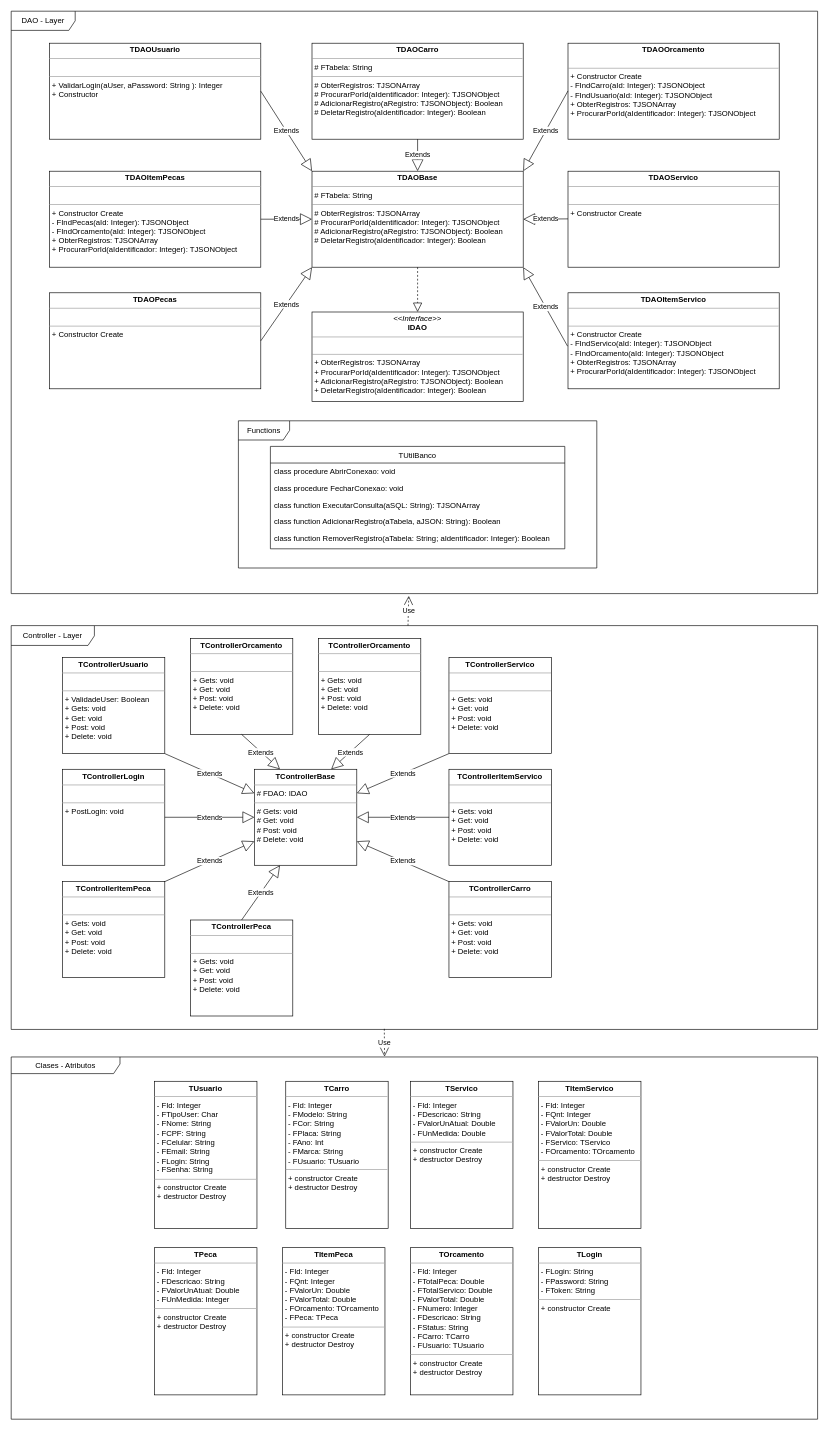
The draw.io diagram 3 - Arquitetura da Aplicação/Diagramas de Classes/BackEnd/Diagrama_Classe_BackEnd.drawio in JeanCarlosMoller/MecanicaLamborghini, before the edit. Source tidied: cells renumbered, new cells numbered last; positions are measured from the earlier drawing's top-left corner, leaving out a move shared by most shapes. Both pictures are drawn from the tidied source at 64%, with x=0, y=0 at pixel (11, 11).
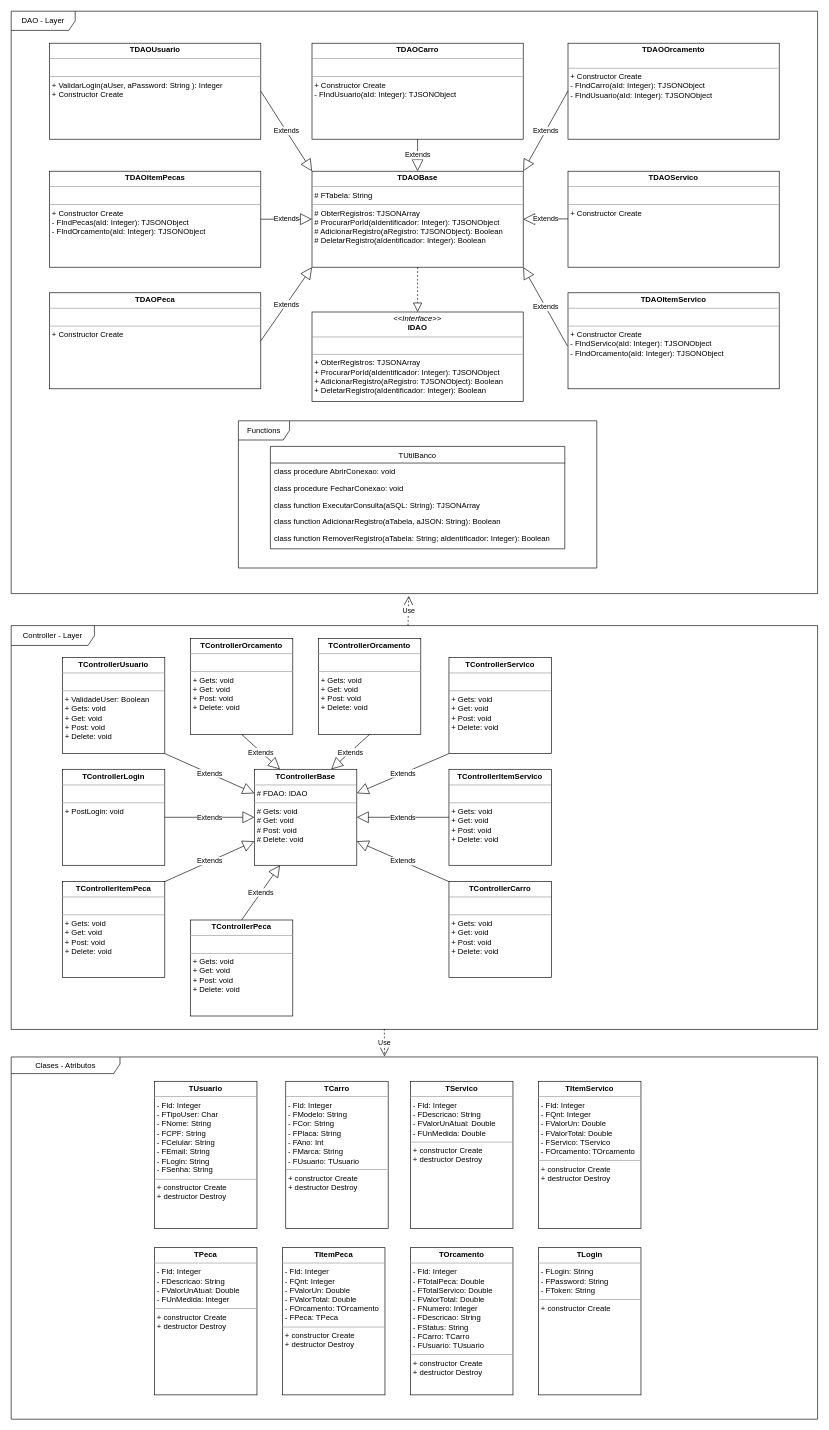
Above is the later version.

Commit message (it also covers changes not shown here):
Dando continuidade com diagramas e modelagem

What changed in the source:
```diff
@@
-    <mxCell id="3" value="&lt;p style=&quot;margin:0px;margin-top:4px;text-align:center;&quot;&gt;&lt;b&gt;TDAOUsuario&lt;/b&gt;&lt;/p&gt;&lt;hr size=&quot;1&quot;&gt;&lt;p style=&quot;margin:0px;margin-left:4px;&quot;&gt;&lt;br&gt;&lt;/p&gt;&lt;hr size=&quot;1&quot;&gt;&lt;p style=&quot;margin:0px;margin-left:4px;&quot;&gt;+ ValidarLogin(aUser, aPassword: String ): Integer&lt;/p&gt;&lt;p style=&quot;margin:0px;margin-left:4px;&quot;&gt;&lt;span style=&quot;background-color: initial;&quot;&gt;+ Constructor&lt;br&gt;&lt;/span&gt;&lt;/p&gt;" style="verticalAlign=top;align=left;overflow=fill;fontSize=12;fontFamily=Helvetica;html=1;" parent="1" vertex="1">
+    <mxCell id="3" value="&lt;p style=&quot;margin:0px;margin-top:4px;text-align:center;&quot;&gt;&lt;b&gt;TDAOUsuario&lt;/b&gt;&lt;/p&gt;&lt;hr size=&quot;1&quot;&gt;&lt;p style=&quot;margin:0px;margin-left:4px;&quot;&gt;&lt;br&gt;&lt;/p&gt;&lt;hr size=&quot;1&quot;&gt;&lt;p style=&quot;margin:0px;margin-left:4px;&quot;&gt;+ ValidarLogin(aUser, aPassword: String ): Integer&lt;/p&gt;&lt;p style=&quot;margin:0px;margin-left:4px;&quot;&gt;&lt;span style=&quot;background-color: initial;&quot;&gt;+ Constructor Create&lt;br&gt;&lt;/span&gt;&lt;/p&gt;" style="verticalAlign=top;align=left;overflow=fill;fontSize=12;fontFamily=Helvetica;html=1;" parent="1" vertex="1">
       <mxGeometry x="60" y="50" width="330" height="150" as="geometry" />
     </mxCell>
-    <mxCell id="4" value="&lt;p style=&quot;margin:0px;margin-top:4px;text-align:center;&quot;&gt;&lt;b&gt;TDAOCarro&lt;/b&gt;&lt;/p&gt;&lt;hr size=&quot;1&quot;&gt;&lt;p style=&quot;margin:0px;margin-left:4px;&quot;&gt;# FTabela: String&lt;/p&gt;&lt;hr size=&quot;1&quot;&gt;&lt;p style=&quot;margin:0px;margin-left:4px;&quot;&gt;# ObterRegistros: TJSONArray&lt;/p&gt;&lt;p style=&quot;margin:0px;margin-left:4px;&quot;&gt;# ProcurarPorId(aIdentificador: Integer): TJSONObject&lt;/p&gt;&lt;p style=&quot;margin:0px;margin-left:4px;&quot;&gt;# AdicionarRegistro(aRegistro: TJSONObject): Boolean&lt;/p&gt;&lt;p style=&quot;margin:0px;margin-left:4px;&quot;&gt;# DeletarRegistro(aIdentificador: Integer): Boolean&lt;/p&gt;" style="verticalAlign=top;align=left;overflow=fill;fontSize=12;fontFamily=Helvetica;html=1;" parent="1" vertex="1">
+    <mxCell id="4" value="&lt;p style=&quot;margin:0px;margin-top:4px;text-align:center;&quot;&gt;&lt;b&gt;TDAOCarro&lt;/b&gt;&lt;/p&gt;&lt;hr size=&quot;1&quot;&gt;&lt;p style=&quot;margin:0px;margin-left:4px;&quot;&gt;&lt;br&gt;&lt;/p&gt;&lt;hr size=&quot;1&quot;&gt;&lt;p style=&quot;margin:0px;margin-left:4px;&quot;&gt;+ Constructor Create&lt;/p&gt;&lt;p style=&quot;margin:0px;margin-left:4px;&quot;&gt;- FIndUsuario(aId: Integer): TJSONObject&lt;/p&gt;&lt;p style=&quot;margin:0px;margin-left:4px;&quot;&gt;&lt;br&gt;&lt;/p&gt;&lt;p style=&quot;margin:0px;margin-left:4px;&quot;&gt;&lt;br&gt;&lt;br&gt;&lt;/p&gt;" style="verticalAlign=top;align=left;overflow=fill;fontSize=12;fontFamily=Helvetica;html=1;" parent="1" vertex="1">
       <mxGeometry x="470" y="50" width="330" height="150" as="geometry" />
     </mxCell>
-    <mxCell id="5" value="&lt;p style=&quot;margin:0px;margin-top:4px;text-align:center;&quot;&gt;&lt;b&gt;TDAOItemPecas&lt;/b&gt;&lt;/p&gt;&lt;hr size=&quot;1&quot;&gt;&lt;p style=&quot;margin:0px;margin-left:4px;&quot;&gt;&lt;br&gt;&lt;/p&gt;&lt;hr size=&quot;1&quot;&gt;&lt;p style=&quot;margin:0px;margin-left:4px;&quot;&gt;+ Constructor Create&lt;/p&gt;&lt;p style=&quot;margin:0px;margin-left:4px;&quot;&gt;&lt;span style=&quot;background-color: initial;&quot;&gt;- FIndPecas(aId: Integer): TJSONObject&lt;/span&gt;&lt;/p&gt;&lt;p style=&quot;margin:0px;margin-left:4px;&quot;&gt;- FIndOrcamento(aId: Integer): TJSONObject&lt;span style=&quot;background-color: initial;&quot;&gt;&lt;br&gt;&lt;/span&gt;&lt;/p&gt;&lt;p style=&quot;margin:0px;margin-left:4px;&quot;&gt;+ ObterRegistros: TJSONArray&lt;br&gt;+ ProcurarPorId(aIdentificador: Integer): TJSONObject&lt;/p&gt;" style="verticalAlign=top;align=left;overflow=fill;fontSize=12;fontFamily=Helvetica;html=1;" parent="1" vertex="1">
+    <mxCell id="5" value="&lt;p style=&quot;margin:0px;margin-top:4px;text-align:center;&quot;&gt;&lt;b&gt;TDAOItemPecas&lt;/b&gt;&lt;/p&gt;&lt;hr size=&quot;1&quot;&gt;&lt;p style=&quot;margin:0px;margin-left:4px;&quot;&gt;&lt;br&gt;&lt;/p&gt;&lt;hr size=&quot;1&quot;&gt;&lt;p style=&quot;margin:0px;margin-left:4px;&quot;&gt;+ Constructor Create&lt;/p&gt;&lt;p style=&quot;margin:0px;margin-left:4px;&quot;&gt;&lt;span style=&quot;background-color: initial;&quot;&gt;- FIndPecas(aId: Integer): TJSONObject&lt;/span&gt;&lt;/p&gt;&lt;p style=&quot;margin:0px;margin-left:4px;&quot;&gt;- FIndOrcamento(aId: Integer): TJSONObject&lt;/p&gt;&lt;p style=&quot;margin:0px;margin-left:4px;&quot;&gt;&lt;br&gt;&lt;/p&gt;" style="verticalAlign=top;align=left;overflow=fill;fontSize=12;fontFamily=Helvetica;html=1;" parent="1" vertex="1">
       <mxGeometry x="60" y="250" width="330" height="150" as="geometry" />
     </mxCell>
@@
-    <mxCell id="7" value="&lt;p style=&quot;margin:0px;margin-top:4px;text-align:center;&quot;&gt;&lt;b&gt;TDAOPecas&lt;/b&gt;&lt;/p&gt;&lt;hr size=&quot;1&quot;&gt;&lt;p style=&quot;margin:0px;margin-left:4px;&quot;&gt;&lt;br&gt;&lt;/p&gt;&lt;hr size=&quot;1&quot;&gt;&lt;p style=&quot;margin:0px;margin-left:4px;&quot;&gt;+ Constructor Create&lt;/p&gt;" style="verticalAlign=top;align=left;overflow=fill;fontSize=12;fontFamily=Helvetica;html=1;" parent="1" vertex="1">
+    <mxCell id="7" value="&lt;p style=&quot;margin:0px;margin-top:4px;text-align:center;&quot;&gt;&lt;b&gt;TDAOPeca&lt;/b&gt;&lt;/p&gt;&lt;hr size=&quot;1&quot;&gt;&lt;p style=&quot;margin:0px;margin-left:4px;&quot;&gt;&lt;br&gt;&lt;/p&gt;&lt;hr size=&quot;1&quot;&gt;&lt;p style=&quot;margin:0px;margin-left:4px;&quot;&gt;+ Constructor Create&lt;/p&gt;" style="verticalAlign=top;align=left;overflow=fill;fontSize=12;fontFamily=Helvetica;html=1;" parent="1" vertex="1">
       <mxGeometry x="60" y="440" width="330" height="150" as="geometry" />
     </mxCell>
-    <mxCell id="8" value="&lt;p style=&quot;margin:0px;margin-top:4px;text-align:center;&quot;&gt;&lt;b&gt;TDAOItemServico&lt;/b&gt;&lt;/p&gt;&lt;hr size=&quot;1&quot;&gt;&lt;p style=&quot;margin:0px;margin-left:4px;&quot;&gt;&lt;br&gt;&lt;/p&gt;&lt;hr size=&quot;1&quot;&gt;&lt;p style=&quot;border-color: var(--border-color); margin: 0px 0px 0px 4px;&quot;&gt;+ Constructor Create&lt;/p&gt;&lt;p style=&quot;border-color: var(--border-color); margin: 0px 0px 0px 4px;&quot;&gt;- FIndServico(aId: Integer): TJSONObject&lt;/p&gt;&lt;p style=&quot;border-color: var(--border-color); margin: 0px 0px 0px 4px;&quot;&gt;- FIndOrcamento(aId: Integer): TJSONObject&lt;br style=&quot;border-color: var(--border-color);&quot;&gt;+ ObterRegistros: TJSONArray&lt;br style=&quot;border-color: var(--border-color);&quot;&gt;+ ProcurarPorId(aIdentificador: Integer): TJSONObject&lt;/p&gt;" style="verticalAlign=top;align=left;overflow=fill;fontSize=12;fontFamily=Helvetica;html=1;" parent="1" vertex="1">
+    <mxCell id="8" value="&lt;p style=&quot;margin:0px;margin-top:4px;text-align:center;&quot;&gt;&lt;b&gt;TDAOItemServico&lt;/b&gt;&lt;/p&gt;&lt;hr size=&quot;1&quot;&gt;&lt;p style=&quot;margin:0px;margin-left:4px;&quot;&gt;&lt;br&gt;&lt;/p&gt;&lt;hr size=&quot;1&quot;&gt;&lt;p style=&quot;border-color: var(--border-color); margin: 0px 0px 0px 4px;&quot;&gt;+ Constructor Create&lt;/p&gt;&lt;p style=&quot;border-color: var(--border-color); margin: 0px 0px 0px 4px;&quot;&gt;- FIndServico(aId: Integer): TJSONObject&lt;/p&gt;&lt;p style=&quot;border-color: var(--border-color); margin: 0px 0px 0px 4px;&quot;&gt;- FIndOrcamento(aId: Integer): TJSONObject&lt;br style=&quot;border-color: var(--border-color);&quot;&gt;&lt;br&gt;&lt;/p&gt;" style="verticalAlign=top;align=left;overflow=fill;fontSize=12;fontFamily=Helvetica;html=1;" parent="1" vertex="1">
       <mxGeometry x="870" y="440" width="330" height="150" as="geometry" />
     </mxCell>
-    <mxCell id="9" value="&lt;p style=&quot;margin:0px;margin-top:4px;text-align:center;&quot;&gt;&lt;b&gt;TDAOOrcamento&lt;/b&gt;&lt;/p&gt;&lt;p style=&quot;margin:0px;margin-left:4px;&quot;&gt;&lt;br&gt;&lt;/p&gt;&lt;hr size=&quot;1&quot;&gt;&lt;p style=&quot;border-color: var(--border-color); margin: 0px 0px 0px 4px;&quot;&gt;+ Constructor Create&lt;/p&gt;&lt;p style=&quot;border-color: var(--border-color); margin: 0px 0px 0px 4px;&quot;&gt;- FIndCarro(aId: Integer): TJSONObject&lt;/p&gt;&lt;p style=&quot;border-color: var(--border-color); margin: 0px 0px 0px 4px;&quot;&gt;- FIndUsuario(aId: Integer): TJSONObject&lt;br style=&quot;border-color: var(--border-color);&quot;&gt;+ ObterRegistros: TJSONArray&lt;br style=&quot;border-color: var(--border-color);&quot;&gt;+ ProcurarPorId(aIdentificador: Integer): TJSONObject&lt;br&gt;&lt;/p&gt;" style="verticalAlign=top;align=left;overflow=fill;fontSize=12;fontFamily=Helvetica;html=1;" parent="1" vertex="1">
+    <mxCell id="9" value="&lt;p style=&quot;margin:0px;margin-top:4px;text-align:center;&quot;&gt;&lt;b&gt;TDAOOrcamento&lt;/b&gt;&lt;/p&gt;&lt;p style=&quot;margin:0px;margin-left:4px;&quot;&gt;&lt;br&gt;&lt;/p&gt;&lt;hr size=&quot;1&quot;&gt;&lt;p style=&quot;border-color: var(--border-color); margin: 0px 0px 0px 4px;&quot;&gt;+ Constructor Create&lt;/p&gt;&lt;p style=&quot;border-color: var(--border-color); margin: 0px 0px 0px 4px;&quot;&gt;- FIndCarro(aId: Integer): TJSONObject&lt;/p&gt;&lt;p style=&quot;border-color: var(--border-color); margin: 0px 0px 0px 4px;&quot;&gt;- FIndUsuario(aId: Integer): TJSONObject&lt;br style=&quot;border-color: var(--border-color);&quot;&gt;&lt;br style=&quot;border-color: var(--border-color);&quot;&gt;&lt;br&gt;&lt;/p&gt;" style="verticalAlign=top;align=left;overflow=fill;fontSize=12;fontFamily=Helvetica;html=1;" parent="1" vertex="1">
       <mxGeometry x="870" y="50" width="330" height="150" as="geometry" />
     </mxCell>
```
